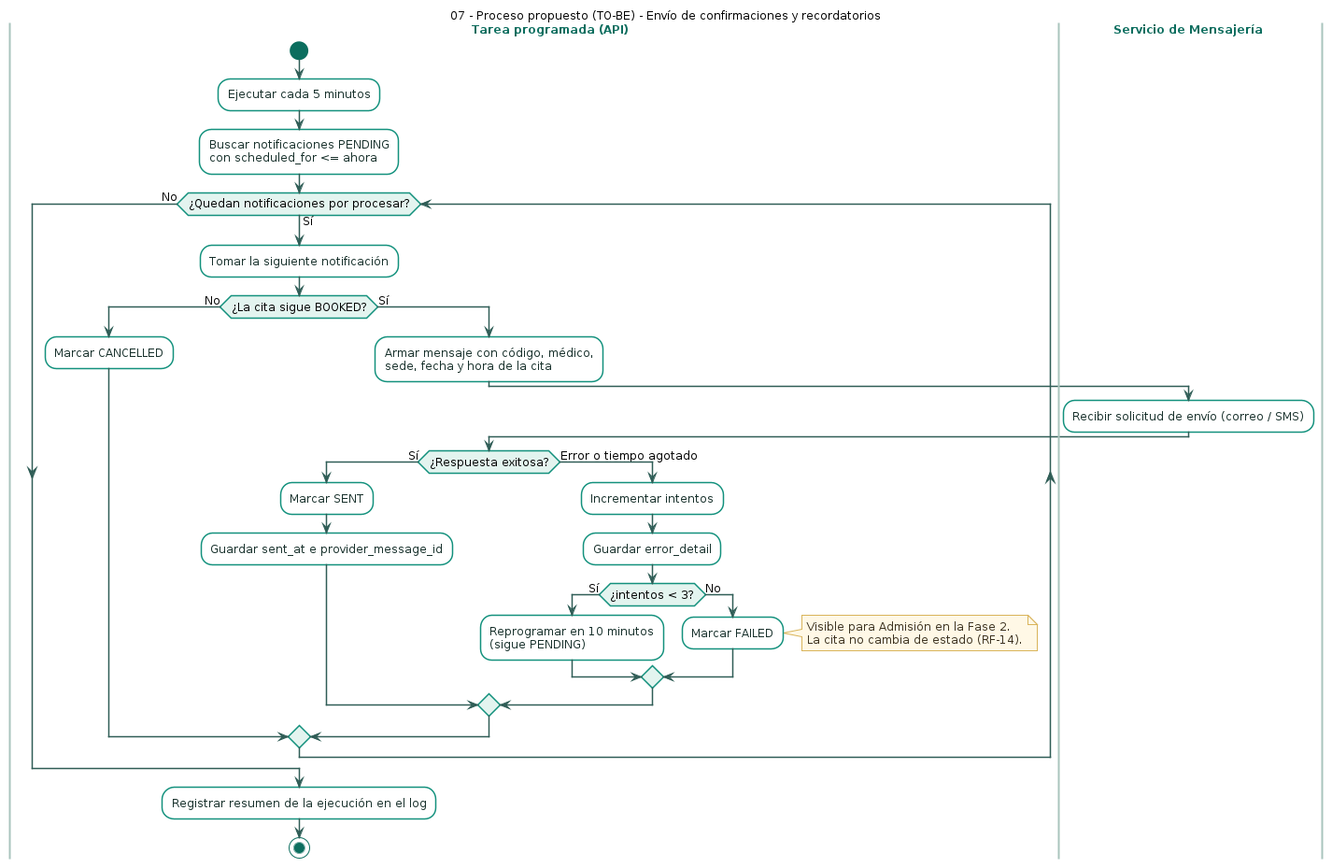
This is docs/diagrams/img/07-process-notifications.png from Jimena-CC/ProyectoCitasMedicas, a PlantUML export, as it was before one commit. Its source is kept beside it as docs/diagrams/07-process-notifications.puml.
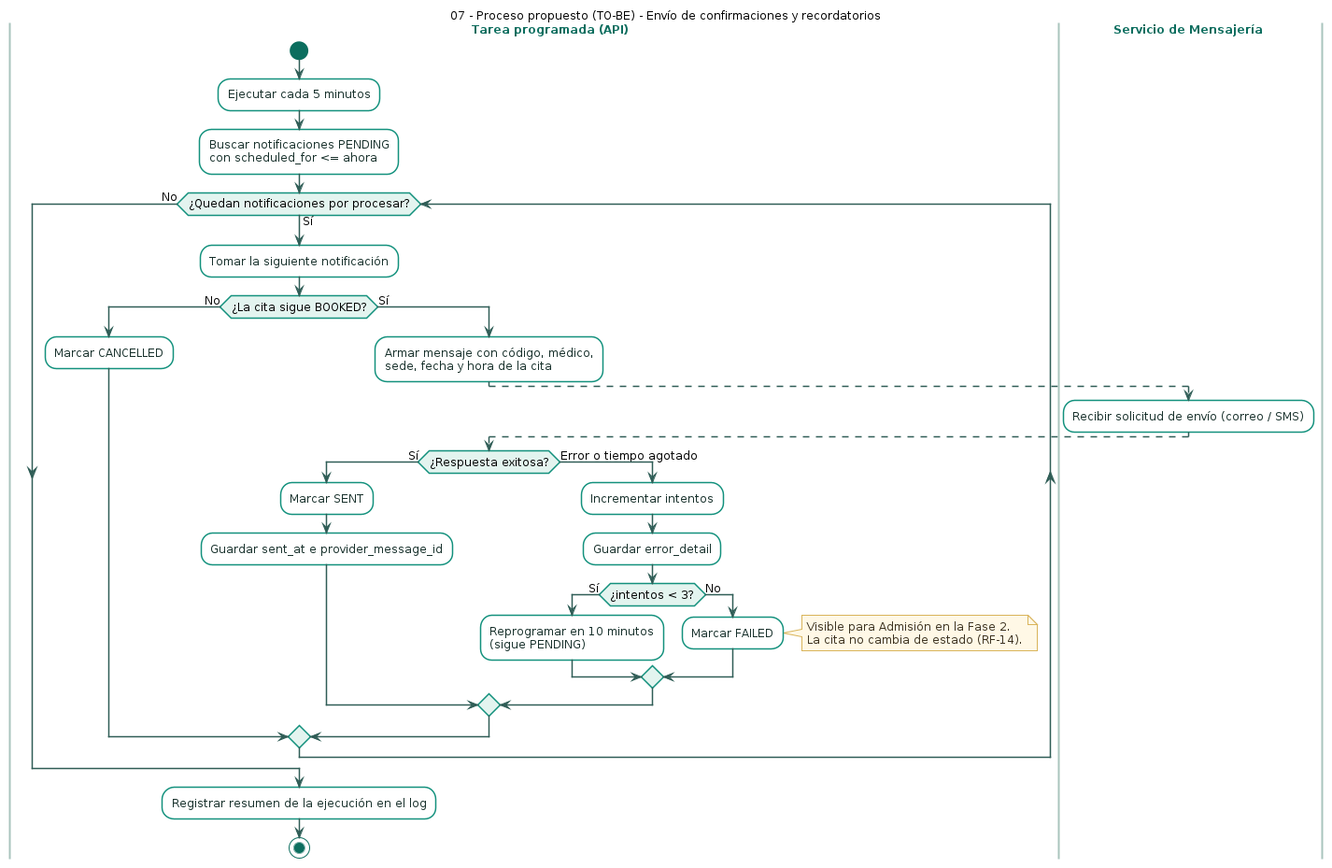
After the change.

The edit, as a diff of the source:
```diff
@@ -25,20 +25,23 @@
 }
 
 |Tarea programada (API)|
+|Servicio de Mensajería|
+
+|Tarea programada (API)|
 start
 :Ejecutar cada 5 minutos;
-:Buscar notificaciones PENDING
-con scheduled_for <= ahora;
+:Buscar notificaciones PENDING\ncon scheduled_for <= ahora;
 
 while (¿Quedan notificaciones por procesar?) is (Sí)
   :Tomar la siguiente notificación;
   if (¿La cita sigue BOOKED?) then (No)
     :Marcar CANCELLED;
   else (Sí)
-    :Armar mensaje con código, médico,
-    sede, fecha y hora de la cita;
+    :Armar mensaje con código, médico,\nsede, fecha y hora de la cita;
+    -[#2F5D56,dashed]->
     |Servicio de Mensajería|
     :Recibir solicitud de envío (correo / SMS);
+    -[#2F5D56,dashed]->
     |Tarea programada (API)|
     if (¿Respuesta exitosa?) then (Sí)
       :Marcar SENT;
@@ -47,8 +50,7 @@
       :Incrementar intentos;
       :Guardar error_detail;
       if (¿intentos < 3?) then (Sí)
-        :Reprogramar en 10 minutos
-        (sigue PENDING);
+        :Reprogramar en 10 minutos\n(sigue PENDING);
       else (No)
         :Marcar FAILED;
         note right
```
